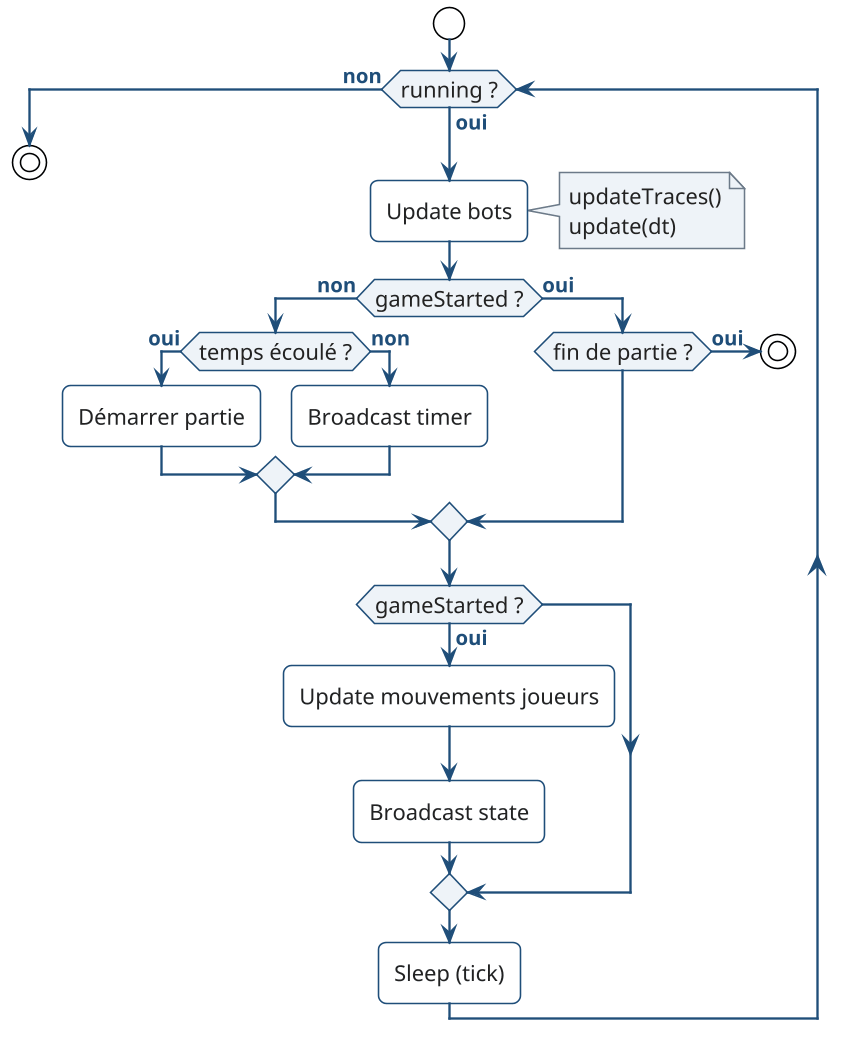
Above: Rapport/UML/PacMan_UML_Server_test_loop.png in thomasctn/Projet_PacMan_En_Reseau (PlantUML), before the change.
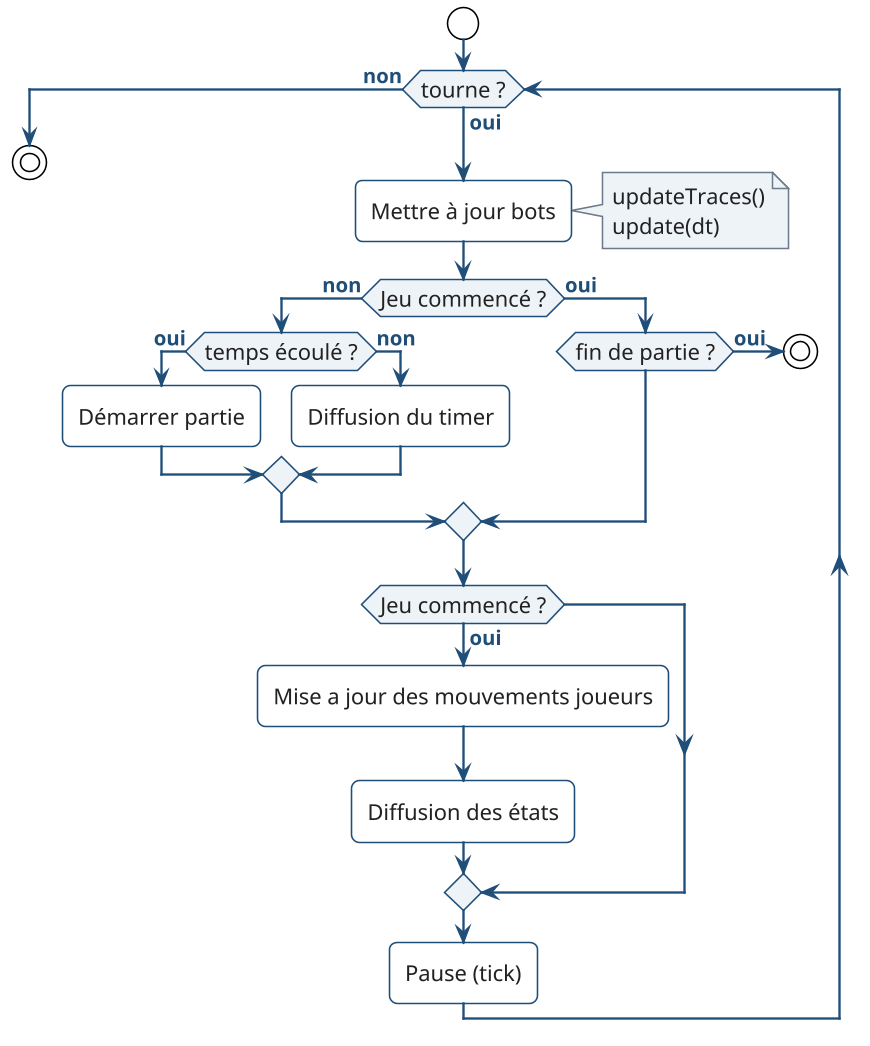
Above is the later version.

Diff of the diagram source:
```diff
@@ -3,9 +3,9 @@
 !include theme.puml
 
 
-while (running ?) is (oui)
+while (tourne ?) is (oui)
 
-  :Update bots;
+  :Mettre à jour bots;
   note right
     updateTraces()
     update(dt)
@@ -13,12 +13,12 @@
 
 
 
-  if (gameStarted ?) then (non)
+  if (Jeu commencé ?) then (non)
 
     if (temps écoulé ?) then (oui)
       :Démarrer partie;
     else (non)
-      :Broadcast timer;
+      :Diffusion du timer;
     endif
 
   else (oui)
@@ -29,12 +29,12 @@
 
   endif
 
-  if (gameStarted ?) then (oui)
-    :Update mouvements joueurs;
-    :Broadcast state;
+  if (Jeu commencé ?) then (oui)
+    :Mise a jour des mouvements joueurs;
+    :Diffusion des états;
   endif
 
-  :Sleep (tick);
+  :Pause (tick);
 
 endwhile (non)
 
```
